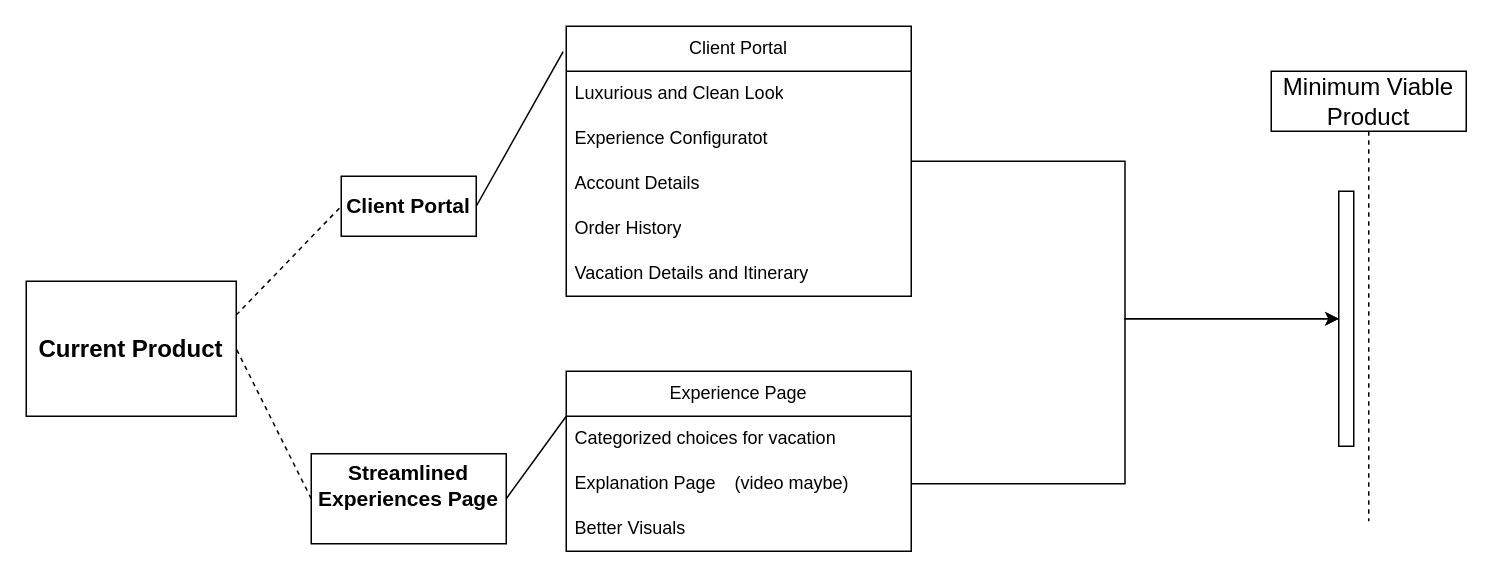
Earlier version of the draw.io diagram Untitled Diagram.drawio (migies12/Ninja-App). Source tidied: cells renumbered, new cells numbered last; positions are measured from the earlier drawing's top-left corner, leaving out a move shared by most shapes. Both pictures are drawn from the tidied source at 150%, with x=0, y=0 at pixel (26, 26).
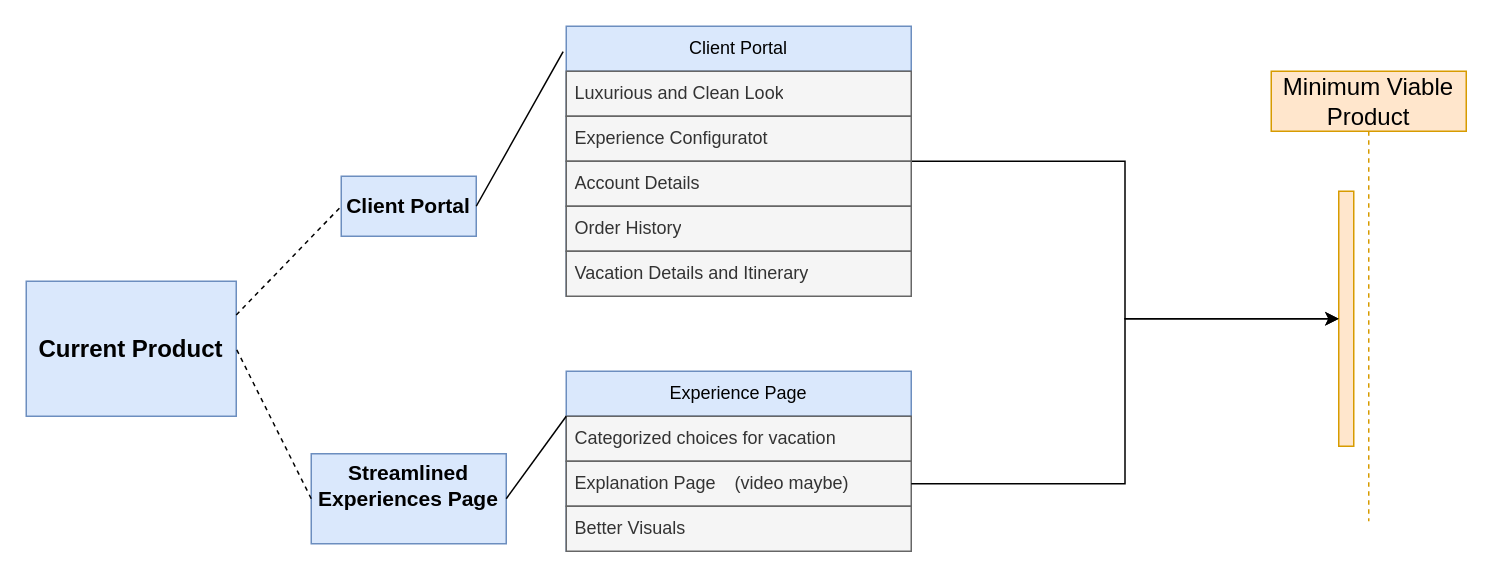
After the change.

Diff of the diagram source:
```diff
@@
-    <mxCell id="2" value="&lt;font style=&quot;font-size: 16px;&quot;&gt;Minimum Viable Product&lt;/font&gt;" style="shape=umlLifeline;perimeter=lifelinePerimeter;whiteSpace=wrap;html=1;newEdgeStyle={&quot;edgeStyle&quot;:&quot;elbowEdgeStyle&quot;,&quot;elbow&quot;:&quot;vertical&quot;,&quot;curved&quot;:0,&quot;rounded&quot;:0};" parent="1" vertex="1">
+    <mxCell id="2" value="&lt;font style=&quot;font-size: 16px;&quot;&gt;Minimum Viable Product&lt;/font&gt;" style="shape=umlLifeline;perimeter=lifelinePerimeter;whiteSpace=wrap;html=1;newEdgeStyle={&quot;edgeStyle&quot;:&quot;elbowEdgeStyle&quot;,&quot;elbow&quot;:&quot;vertical&quot;,&quot;curved&quot;:0,&quot;rounded&quot;:0};fillColor=#ffe6cc;strokeColor=#d79b00;" parent="1" vertex="1">
       <mxGeometry x="830" y="30" width="130" height="300" as="geometry" />
     </mxCell>
-    <mxCell id="3" style="html=1;points=[];perimeter=orthogonalPerimeter;outlineConnect=0;targetShapes=umlLifeline;portConstraint=eastwest;newEdgeStyle={&quot;edgeStyle&quot;:&quot;elbowEdgeStyle&quot;,&quot;elbow&quot;:&quot;vertical&quot;,&quot;curved&quot;:0,&quot;rounded&quot;:0};" parent="2" vertex="1">
+    <mxCell id="3" style="html=1;points=[];perimeter=orthogonalPerimeter;outlineConnect=0;targetShapes=umlLifeline;portConstraint=eastwest;newEdgeStyle={&quot;edgeStyle&quot;:&quot;elbowEdgeStyle&quot;,&quot;elbow&quot;:&quot;vertical&quot;,&quot;curved&quot;:0,&quot;rounded&quot;:0};fillColor=#ffe6cc;strokeColor=#d79b00;" parent="2" vertex="1">
       <mxGeometry x="45" y="80" width="10" height="170" as="geometry" />
     </mxCell>
-    <mxCell id="4" value="&lt;font style=&quot;font-size: 16px;&quot;&gt;Current Product&lt;/font&gt;" style="rounded=0;whiteSpace=wrap;html=1;fontStyle=1;" parent="1" vertex="1">
+    <mxCell id="4" value="&lt;font style=&quot;font-size: 16px;&quot;&gt;Current Product&lt;/font&gt;" style="rounded=0;whiteSpace=wrap;html=1;fontStyle=1;fillColor=#dae8fc;strokeColor=#6c8ebf;" parent="1" vertex="1">
       <mxGeometry y="170" width="140" height="90" as="geometry" />
     </mxCell>
-    <mxCell id="5" value="&lt;font style=&quot;font-size: 14px;&quot;&gt;Client Portal&lt;/font&gt;" style="rounded=0;whiteSpace=wrap;html=1;fontStyle=1;" parent="1" vertex="1">
+    <mxCell id="5" value="&lt;font style=&quot;font-size: 14px;&quot;&gt;Client Portal&lt;/font&gt;" style="rounded=0;whiteSpace=wrap;html=1;fontStyle=1;fillColor=#dae8fc;strokeColor=#6c8ebf;" parent="1" vertex="1">
       <mxGeometry x="210" y="100" width="90" height="40" as="geometry" />
     </mxCell>
@@
-    <mxCell id="8" value="&lt;font style=&quot;font-size: 14px;&quot;&gt;Streamlined Experiences Page&lt;br&gt;&lt;br&gt;&lt;/font&gt;" style="rounded=0;whiteSpace=wrap;html=1;fontStyle=1;" parent="1" vertex="1">
+    <mxCell id="8" value="&lt;font style=&quot;font-size: 14px;&quot;&gt;Streamlined Experiences Page&lt;br&gt;&lt;br&gt;&lt;/font&gt;" style="rounded=0;whiteSpace=wrap;html=1;fontStyle=1;fillColor=#dae8fc;strokeColor=#6c8ebf;" parent="1" vertex="1">
       <mxGeometry x="190" y="285" width="130" height="60" as="geometry" />
     </mxCell>
@@
-    <mxCell id="11" value="Client Portal&lt;br&gt;" style="swimlane;fontStyle=0;horizontal=1;startSize=30;whiteSpace=wrap;html=1;" parent="1" vertex="1">
+    <mxCell id="11" value="Client Portal&lt;br&gt;" style="swimlane;fontStyle=0;horizontal=1;startSize=30;whiteSpace=wrap;html=1;fillColor=#dae8fc;strokeColor=#6c8ebf;" parent="1" vertex="1">
       <mxGeometry x="360" width="230" height="180" as="geometry" />
     </mxCell>
-    <mxCell id="12" value="Luxurious and Clean Look&lt;br&gt;" style="text;strokeColor=none;fillColor=none;align=left;verticalAlign=middle;spacingLeft=4;spacingRight=4;overflow=hidden;whiteSpace=wrap;html=1;" parent="11" vertex="1">
+    <mxCell id="12" value="Luxurious and Clean Look&lt;br&gt;" style="text;strokeColor=#666666;fillColor=#f5f5f5;align=left;verticalAlign=middle;spacingLeft=4;spacingRight=4;overflow=hidden;whiteSpace=wrap;html=1;fontColor=#333333;" parent="11" vertex="1">
       <mxGeometry y="30" width="230" height="30" as="geometry" />
     </mxCell>
-    <mxCell id="13" value="Experience Configuratot&lt;br&gt;" style="text;strokeColor=none;fillColor=none;align=left;verticalAlign=middle;spacingLeft=4;spacingRight=4;overflow=hidden;whiteSpace=wrap;html=1;" parent="11" vertex="1">
+    <mxCell id="13" value="Experience Configuratot&lt;br&gt;" style="text;strokeColor=#666666;fillColor=#f5f5f5;align=left;verticalAlign=middle;spacingLeft=4;spacingRight=4;overflow=hidden;whiteSpace=wrap;html=1;fontColor=#333333;" parent="11" vertex="1">
       <mxGeometry y="60" width="230" height="30" as="geometry" />
     </mxCell>
-    <mxCell id="14" value="Account Details" style="text;strokeColor=none;fillColor=none;align=left;verticalAlign=middle;spacingLeft=4;spacingRight=4;overflow=hidden;whiteSpace=wrap;html=1;" parent="11" vertex="1">
+    <mxCell id="14" value="Account Details" style="text;strokeColor=#666666;fillColor=#f5f5f5;align=left;verticalAlign=middle;spacingLeft=4;spacingRight=4;overflow=hidden;whiteSpace=wrap;html=1;fontColor=#333333;" parent="11" vertex="1">
       <mxGeometry y="90" width="230" height="30" as="geometry" />
     </mxCell>
-    <mxCell id="15" value="Order History" style="text;strokeColor=none;fillColor=none;align=left;verticalAlign=middle;spacingLeft=4;spacingRight=4;overflow=hidden;whiteSpace=wrap;html=1;" parent="11" vertex="1">
+    <mxCell id="15" value="Order History" style="text;strokeColor=#666666;fillColor=#f5f5f5;align=left;verticalAlign=middle;spacingLeft=4;spacingRight=4;overflow=hidden;whiteSpace=wrap;html=1;fontColor=#333333;" parent="11" vertex="1">
       <mxGeometry y="120" width="230" height="30" as="geometry" />
     </mxCell>
-    <mxCell id="16" value="Vacation Details and Itinerary" style="text;strokeColor=none;fillColor=none;align=left;verticalAlign=middle;spacingLeft=4;spacingRight=4;overflow=hidden;whiteSpace=wrap;html=1;" parent="11" vertex="1">
+    <mxCell id="16" value="Vacation Details and Itinerary" style="text;strokeColor=#666666;fillColor=#f5f5f5;align=left;verticalAlign=middle;spacingLeft=4;spacingRight=4;overflow=hidden;whiteSpace=wrap;html=1;fontColor=#333333;" parent="11" vertex="1">
       <mxGeometry y="150" width="230" height="30" as="geometry" />
     </mxCell>
-    <mxCell id="17" value="Experience Page" style="swimlane;fontStyle=0;horizontal=1;startSize=30;whiteSpace=wrap;html=1;" parent="1" vertex="1">
+    <mxCell id="17" value="Experience Page" style="swimlane;fontStyle=0;horizontal=1;startSize=30;whiteSpace=wrap;html=1;fillColor=#dae8fc;strokeColor=#6c8ebf;" parent="1" vertex="1">
       <mxGeometry x="360" y="230" width="230" height="120" as="geometry" />
     </mxCell>
-    <mxCell id="18" value="Categorized choices for vacation" style="text;strokeColor=none;fillColor=none;align=left;verticalAlign=middle;spacingLeft=4;spacingRight=4;overflow=hidden;whiteSpace=wrap;html=1;" parent="17" vertex="1">
+    <mxCell id="18" value="Categorized choices for vacation" style="text;strokeColor=#666666;fillColor=#f5f5f5;align=left;verticalAlign=middle;spacingLeft=4;spacingRight=4;overflow=hidden;whiteSpace=wrap;html=1;fontColor=#333333;" parent="17" vertex="1">
       <mxGeometry y="30" width="230" height="30" as="geometry" />
     </mxCell>
-    <mxCell id="19" value="Explanation Page&lt;span style=&quot;white-space: pre;&quot;&gt;&#9;&lt;/span&gt;(video maybe)" style="text;strokeColor=none;fillColor=none;align=left;verticalAlign=middle;spacingLeft=4;spacingRight=4;overflow=hidden;points=[[0,0.5],[1,0.5]];portConstraint=eastwest;whiteSpace=wrap;html=1;" parent="17" vertex="1">
+    <mxCell id="19" value="Explanation Page&lt;span style=&quot;white-space: pre;&quot;&gt;&#9;&lt;/span&gt;(video maybe)" style="text;strokeColor=#666666;fillColor=#f5f5f5;align=left;verticalAlign=middle;spacingLeft=4;spacingRight=4;overflow=hidden;points=[[0,0.5],[1,0.5]];portConstraint=eastwest;whiteSpace=wrap;html=1;fontColor=#333333;" parent="17" vertex="1">
       <mxGeometry y="60" width="230" height="30" as="geometry" />
     </mxCell>
-    <mxCell id="20" value="Better Visuals" style="text;strokeColor=none;fillColor=none;align=left;verticalAlign=middle;spacingLeft=4;spacingRight=4;overflow=hidden;whiteSpace=wrap;html=1;" parent="17" vertex="1">
+    <mxCell id="20" value="Better Visuals" style="text;strokeColor=#666666;fillColor=#f5f5f5;align=left;verticalAlign=middle;spacingLeft=4;spacingRight=4;overflow=hidden;whiteSpace=wrap;html=1;fontColor=#333333;" parent="17" vertex="1">
       <mxGeometry y="90" width="230" height="30" as="geometry" />
     </mxCell>
```
